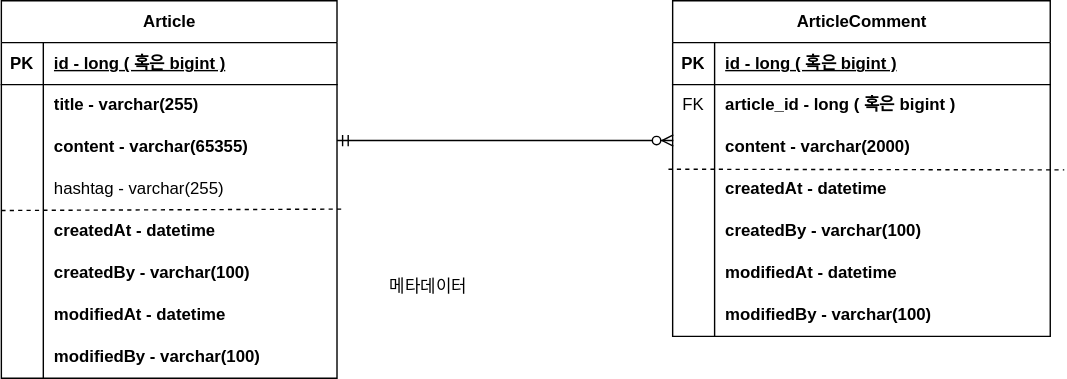
The draw.io diagram document/project-board-erd.svg in choboss00/project-board, before a commit. Source tidied: cells renumbered, new cells last; positions are measured from the earlier drawing's top-left corner, leaving out a move shared by most shapes.
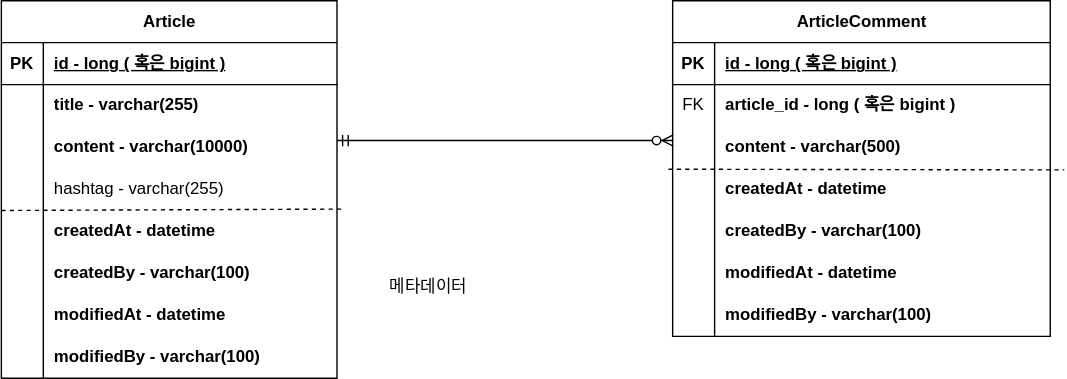
The same diagram one commit later.

Commit message:
#10 - ERD 업데이트 : content 사이즈 변경

What changed in the source:
```diff
@@ -29,7 +29,7 @@
     <mxCell id="10" style="shape=partialRectangle;fillColor=none;top=0;left=0;bottom=0;right=0;overflow=hidden;whiteSpace=wrap;html=1;" parent="9" vertex="1">
       <mxGeometry width="30" height="30" as="geometry" />
     </mxCell>
-    <mxCell id="11" value="content - varchar(65355)" style="shape=partialRectangle;fillColor=none;top=0;left=0;bottom=0;right=0;align=left;spacingLeft=6;overflow=hidden;whiteSpace=wrap;html=1;fontStyle=1;" parent="9" vertex="1">
+    <mxCell id="11" value="content - varchar(10000)" style="shape=partialRectangle;fillColor=none;top=0;left=0;bottom=0;right=0;align=left;spacingLeft=6;overflow=hidden;whiteSpace=wrap;html=1;fontStyle=1;" parent="9" vertex="1">
       <mxGeometry x="30" width="210" height="30" as="geometry" />
     </mxCell>
     <mxCell id="12" style="shape=tableRow;horizontal=0;startSize=0;swimlaneHead=0;swimlaneBody=0;fillColor=none;points=[[0,0.5],[1,0.5]];portConstraint=eastwest;top=0;left=0;right=0;bottom=0;" parent="2" vertex="1">
@@ -112,7 +112,7 @@
     <mxCell id="37" style="shape=partialRectangle;fillColor=none;top=0;left=0;bottom=0;right=0;overflow=hidden;whiteSpace=wrap;html=1;" parent="36" vertex="1">
       <mxGeometry width="30" height="30" as="geometry" />
     </mxCell>
-    <mxCell id="38" value="content - varchar(2000)" style="shape=partialRectangle;fillColor=none;top=0;left=0;bottom=0;right=0;align=left;spacingLeft=6;overflow=hidden;whiteSpace=wrap;html=1;fontStyle=1;" parent="36" vertex="1">
+    <mxCell id="38" value="content - varchar(500)" style="shape=partialRectangle;fillColor=none;top=0;left=0;bottom=0;right=0;align=left;spacingLeft=6;overflow=hidden;whiteSpace=wrap;html=1;fontStyle=1;" parent="36" vertex="1">
       <mxGeometry x="30" width="240" height="30" as="geometry" />
     </mxCell>
     <mxCell id="39" style="shape=tableRow;horizontal=0;startSize=0;swimlaneHead=0;swimlaneBody=0;fillColor=none;top=0;left=0;right=0;bottom=0;" parent="29" vertex="1">
```
